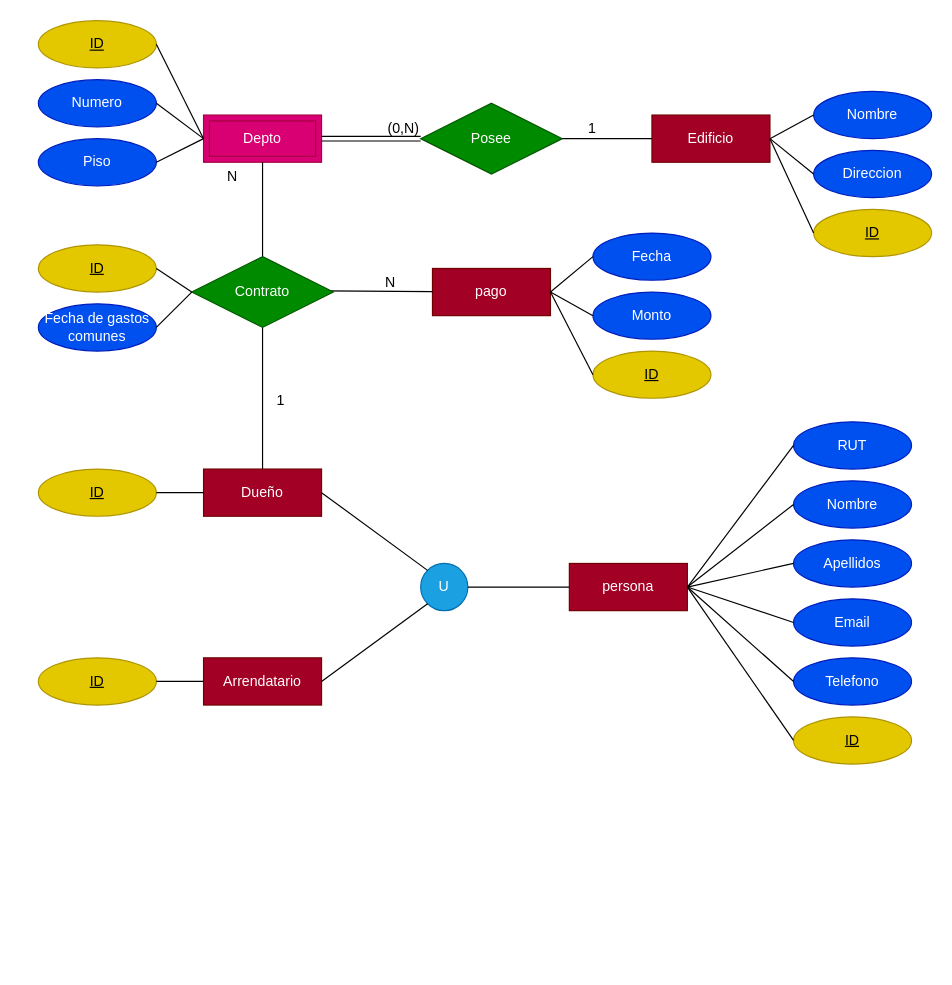
MatiassOrellana/NewConsejeria keeps this draw.io diagram as Graphs/conserjeriaMR.drawio. Above is the earlier version. Source tidied: cells renumbered, new cells numbered last; positions are measured from the earlier drawing's top-left corner, leaving out a move shared by most shapes. Both pictures are drawn from the tidied source at 118%, with x=0, y=0 at pixel (38, 20).
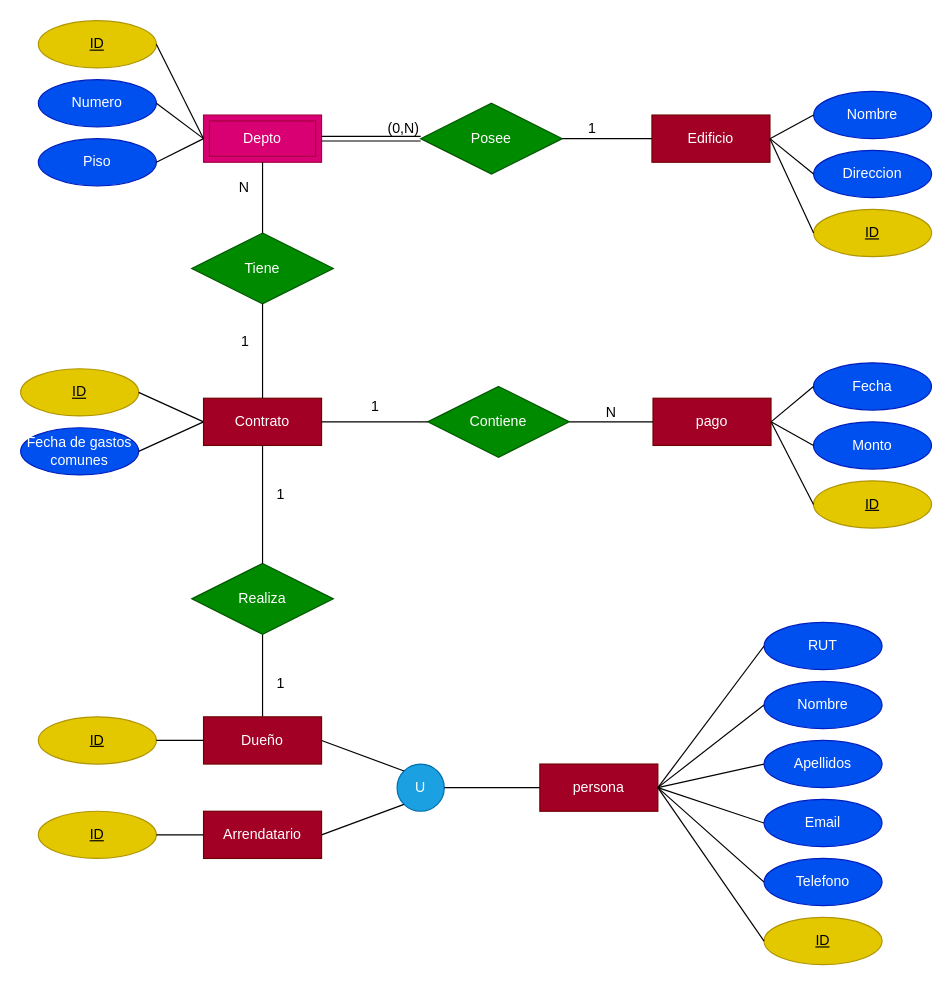
The same diagram, later.

Commit message (it also covers changes not shown here):
Modelo ER modificado y corregido con modelo R

The change refers to these unchanged cells:
```xml
<mxCell id="4" value="Depto" style="shape=ext;margin=3;double=1;whiteSpace=wrap;html=1;align=center;fillColor=#d80073;fontColor=#ffffff;strokeColor=#A50040;" parent="1" vertex="1">
  <mxGeometry x="140" y="80" width="100" height="40" as="geometry" />
</mxCell>
```

Change to the diagram source:
```diff
@@
     <mxCell id="3" value="persona" style="whiteSpace=wrap;html=1;align=center;fillColor=#a20025;fontColor=#ffffff;strokeColor=#6F0000;" parent="1" vertex="1">
-      <mxGeometry x="450" y="460" width="100" height="40" as="geometry" />
+      <mxGeometry x="425" y="630" width="100" height="40" as="geometry" />
     </mxCell>
@@
     <mxCell id="5" value="pago" style="whiteSpace=wrap;html=1;align=center;fillColor=#a20025;fontColor=#ffffff;strokeColor=#6F0000;" parent="1" vertex="1">
-      <mxGeometry x="334" y="210" width="100" height="40" as="geometry" />
+      <mxGeometry x="520.9" y="320" width="100" height="40" as="geometry" />
     </mxCell>
@@
-    <mxCell id="11" style="endArrow=none;html=1;rounded=0;entryX=0.5;entryY=0;entryDx=0;entryDy=0;exitX=0.5;exitY=1;exitDx=0;exitDy=0;" parent="1" edge="1" source="4" target="23">
+    <mxCell id="11" style="endArrow=none;html=1;rounded=0;exitX=0.5;exitY=1;exitDx=0;exitDy=0;entryX=0.5;entryY=0;entryDx=0;entryDy=0;" parent="1" edge="1" source="4" target="62">
       <mxGeometry relative="1" as="geometry" />
     </mxCell>
     <mxCell id="12" value="N" style="html=1;whiteSpace=wrap;align=right;verticalAlign=bottom;" parent="11" vertex="1">
       <mxGeometry x="1" relative="1" as="geometry">
-        <mxPoint x="-20" y="-60" as="offset" />
+        <mxPoint x="-10" y="-30" as="offset" />
       </mxGeometry>
     </mxCell>
-    <mxCell id="13" style="endArrow=none;html=1;rounded=0;entryX=0.5;entryY=1;entryDx=0;entryDy=0;exitX=0.5;exitY=0;exitDx=0;exitDy=0;" parent="1" edge="1" source="52" target="23">
+    <mxCell id="13" style="endArrow=none;html=1;rounded=0;exitX=0.5;exitY=0;exitDx=0;exitDy=0;entryX=0.5;entryY=1;entryDx=0;entryDy=0;" parent="1" edge="1" source="52" target="64">
       <mxGeometry relative="1" as="geometry" />
     </mxCell>
     <mxCell id="14" value="1" style="html=1;whiteSpace=wrap;align=right;verticalAlign=bottom;" parent="13" vertex="1">
       <mxGeometry x="1" relative="1" as="geometry">
-        <mxPoint x="20" y="70" as="offset" />
+        <mxPoint x="20" y="50" as="offset" />
       </mxGeometry>
     </mxCell>
-    <mxCell id="15" style="endArrow=none;html=1;rounded=0;exitX=0.943;exitY=0.483;exitDx=0;exitDy=0;exitPerimeter=0;" parent="1" edge="1" source="23" target="5">
+    <mxCell id="15" style="endArrow=none;html=1;rounded=0;exitX=1;exitY=0.5;exitDx=0;exitDy=0;" parent="1" edge="1" source="63" target="5">
       <mxGeometry relative="1" as="geometry" />
     </mxCell>
@@
-    <mxCell id="23" value="Contrato" style="shape=rhombus;perimeter=rhombusPerimeter;whiteSpace=wrap;html=1;align=center;fillColor=#008a00;fontColor=#ffffff;strokeColor=#005700;" parent="1" vertex="1">
-      <mxGeometry x="130" y="200" width="120" height="60" as="geometry" />
-    </mxCell>
@@
     <mxCell id="26" value="Fecha de gastos comunes" style="ellipse;whiteSpace=wrap;html=1;align=center;fillColor=#0050ef;fontColor=#ffffff;strokeColor=#001DBC;" parent="1" vertex="1">
-      <mxGeometry y="240" width="100" height="40" as="geometry" />
+      <mxGeometry x="-15" y="345" width="100" height="40" as="geometry" />
     </mxCell>
@@
     <mxCell id="28" value="Fecha" style="ellipse;whiteSpace=wrap;html=1;align=center;fillColor=#0050ef;fontColor=#ffffff;strokeColor=#001DBC;" parent="1" vertex="1">
-      <mxGeometry x="470" y="180" width="100" height="40" as="geometry" />
+      <mxGeometry x="656.9" y="290" width="100" height="40" as="geometry" />
     </mxCell>
     <mxCell id="29" value="Monto" style="ellipse;whiteSpace=wrap;html=1;align=center;fillColor=#0050ef;fontColor=#ffffff;strokeColor=#001DBC;" parent="1" vertex="1">
-      <mxGeometry x="470" y="230" width="100" height="40" as="geometry" />
+      <mxGeometry x="656.9" y="340" width="100" height="40" as="geometry" />
     </mxCell>
@@
     <mxCell id="32" value="RUT" style="ellipse;whiteSpace=wrap;html=1;align=center;fillColor=#0050ef;fontColor=#ffffff;strokeColor=#001DBC;" parent="1" vertex="1">
-      <mxGeometry x="640" y="340" width="100" height="40" as="geometry" />
+      <mxGeometry x="615" y="510" width="100" height="40" as="geometry" />
     </mxCell>
     <mxCell id="33" value="Nombre" style="ellipse;whiteSpace=wrap;html=1;align=center;fillColor=#0050ef;fontColor=#ffffff;strokeColor=#001DBC;" parent="1" vertex="1">
-      <mxGeometry x="640" y="390" width="100" height="40" as="geometry" />
+      <mxGeometry x="615" y="560" width="100" height="40" as="geometry" />
     </mxCell>
     <mxCell id="34" value="Apellidos" style="ellipse;whiteSpace=wrap;html=1;align=center;fillColor=#0050ef;fontColor=#ffffff;strokeColor=#001DBC;" parent="1" vertex="1">
-      <mxGeometry x="640" y="440" width="100" height="40" as="geometry" />
+      <mxGeometry x="615" y="610" width="100" height="40" as="geometry" />
     </mxCell>
     <mxCell id="35" value="Email" style="ellipse;whiteSpace=wrap;html=1;align=center;fillColor=#0050ef;fontColor=#ffffff;strokeColor=#001DBC;" parent="1" vertex="1">
-      <mxGeometry x="640" y="490" width="100" height="40" as="geometry" />
+      <mxGeometry x="615" y="660" width="100" height="40" as="geometry" />
     </mxCell>
     <mxCell id="36" value="Telefono" style="ellipse;whiteSpace=wrap;html=1;align=center;fillColor=#0050ef;fontColor=#ffffff;strokeColor=#001DBC;" parent="1" vertex="1">
-      <mxGeometry x="640" y="540" width="100" height="40" as="geometry" />
+      <mxGeometry x="615" y="710" width="100" height="40" as="geometry" />
     </mxCell>
@@
     <mxCell id="44" value="ID" style="ellipse;whiteSpace=wrap;html=1;align=center;fontStyle=4;fillColor=#e3c800;fontColor=#000000;strokeColor=#B09500;" parent="1" vertex="1">
-      <mxGeometry y="190" width="100" height="40" as="geometry" />
+      <mxGeometry x="-15" y="295" width="100" height="40" as="geometry" />
     </mxCell>
@@
     <mxCell id="46" value="ID" style="ellipse;whiteSpace=wrap;html=1;align=center;fontStyle=4;fillColor=#e3c800;fontColor=#000000;strokeColor=#B09500;" parent="1" vertex="1">
-      <mxGeometry x="640" y="590" width="100" height="40" as="geometry" />
+      <mxGeometry x="615" y="760" width="100" height="40" as="geometry" />
     </mxCell>
@@
     <mxCell id="48" value="ID" style="ellipse;whiteSpace=wrap;html=1;align=center;fontStyle=4;fillColor=#e3c800;fontColor=#000000;strokeColor=#B09500;" parent="1" vertex="1">
-      <mxGeometry x="470" y="280" width="100" height="40" as="geometry" />
+      <mxGeometry x="656.9" y="390" width="100" height="40" as="geometry" />
     </mxCell>
@@
     <mxCell id="52" value="Dueño" style="whiteSpace=wrap;html=1;align=center;fillColor=#a20025;fontColor=#ffffff;strokeColor=#6F0000;" parent="1" vertex="1">
-      <mxGeometry x="140" y="380" width="100" height="40" as="geometry" />
+      <mxGeometry x="140" y="590" width="100" height="40" as="geometry" />
     </mxCell>
     <mxCell id="53" value="ID" style="ellipse;whiteSpace=wrap;html=1;align=center;fontStyle=4;fillColor=#e3c800;fontColor=#000000;strokeColor=#B09500;" parent="1" vertex="1">
-      <mxGeometry y="380" width="100" height="40" as="geometry" />
+      <mxGeometry y="590" width="100" height="40" as="geometry" />
     </mxCell>
@@
     <mxCell id="55" value="U" style="ellipse;whiteSpace=wrap;html=1;align=center;fillColor=#1ba1e2;fontColor=#ffffff;strokeColor=#006EAF;" parent="1" vertex="1">
-      <mxGeometry x="324" y="460" width="40" height="40" as="geometry" />
+      <mxGeometry x="304" y="630" width="40" height="40" as="geometry" />
     </mxCell>
@@
     <mxCell id="58" value="Arrendatario" style="whiteSpace=wrap;html=1;align=center;fillColor=#a20025;fontColor=#ffffff;strokeColor=#6F0000;" parent="1" vertex="1">
-      <mxGeometry x="140" y="540" width="100" height="40" as="geometry" />
+      <mxGeometry x="140" y="670" width="100" height="40" as="geometry" />
     </mxCell>
@@
     <mxCell id="60" value="ID" style="ellipse;whiteSpace=wrap;html=1;align=center;fontStyle=4;fillColor=#e3c800;fontColor=#000000;strokeColor=#B09500;" parent="1" vertex="1">
-      <mxGeometry y="540" width="100" height="40" as="geometry" />
+      <mxGeometry y="670" width="100" height="40" as="geometry" />
     </mxCell>
@@
+    <mxCell id="23" value="Contrato" style="whiteSpace=wrap;html=1;align=center;fillColor=#a20025;fontColor=#ffffff;strokeColor=#6F0000;" parent="1" vertex="1">
+      <mxGeometry x="140" y="320" width="100" height="40" as="geometry" />
+    </mxCell>
+    <mxCell id="62" value="Tiene" style="shape=rhombus;perimeter=rhombusPerimeter;whiteSpace=wrap;html=1;align=center;fillColor=#008a00;fontColor=#ffffff;strokeColor=#005700;" parent="1" vertex="1">
+      <mxGeometry x="130" y="180" width="120" height="60" as="geometry" />
+    </mxCell>
+    <mxCell id="63" value="Contiene" style="shape=rhombus;perimeter=rhombusPerimeter;whiteSpace=wrap;html=1;align=center;fillColor=#008a00;fontColor=#ffffff;strokeColor=#005700;" parent="1" vertex="1">
+      <mxGeometry x="330" y="310" width="120" height="60" as="geometry" />
+    </mxCell>
+    <mxCell id="64" value="Realiza" style="shape=rhombus;perimeter=rhombusPerimeter;whiteSpace=wrap;html=1;align=center;fillColor=#008a00;fontColor=#ffffff;strokeColor=#005700;" parent="1" vertex="1">
+      <mxGeometry x="130" y="460" width="120" height="60" as="geometry" />
+    </mxCell>
+    <mxCell id="65" style="endArrow=none;html=1;rounded=0;exitX=0.5;exitY=0;exitDx=0;exitDy=0;entryX=0.5;entryY=1;entryDx=0;entryDy=0;" parent="1" edge="1" source="64" target="23">
+      <mxGeometry relative="1" as="geometry" />
+    </mxCell>
+    <mxCell id="66" value="1" style="html=1;whiteSpace=wrap;align=right;verticalAlign=bottom;" parent="65" vertex="1">
+      <mxGeometry x="1" relative="1" as="geometry">
+        <mxPoint x="20" y="50" as="offset" />
+      </mxGeometry>
+    </mxCell>
+    <mxCell id="67" style="endArrow=none;html=1;rounded=0;exitX=0.5;exitY=0;exitDx=0;exitDy=0;entryX=0.5;entryY=1;entryDx=0;entryDy=0;" parent="1" edge="1" source="23" target="62">
+      <mxGeometry relative="1" as="geometry" />
+    </mxCell>
+    <mxCell id="68" value="1" style="html=1;whiteSpace=wrap;align=right;verticalAlign=bottom;" parent="67" vertex="1">
+      <mxGeometry x="1" relative="1" as="geometry">
+        <mxPoint x="-10" y="40" as="offset" />
+      </mxGeometry>
+    </mxCell>
+    <mxCell id="69" style="endArrow=none;html=1;rounded=0;exitX=0;exitY=0.5;exitDx=0;exitDy=0;entryX=1;entryY=0.5;entryDx=0;entryDy=0;" parent="1" edge="1" source="63" target="23">
+      <mxGeometry relative="1" as="geometry" />
+    </mxCell>
+    <mxCell id="70" value="1" style="html=1;whiteSpace=wrap;align=right;verticalAlign=bottom;" parent="69" vertex="1">
+      <mxGeometry x="1" relative="1" as="geometry">
+        <mxPoint x="50" y="-5" as="offset" />
+      </mxGeometry>
+    </mxCell>
```
